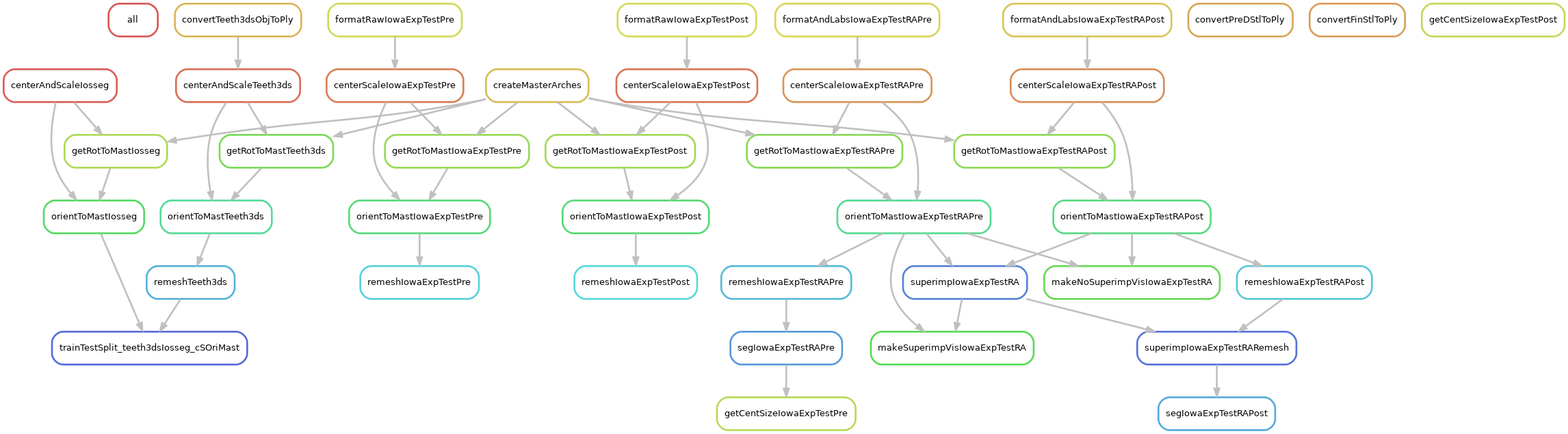
Earlier version of the Graphviz export rulegraph_noall.png (jcthomas531/fastTgcnVersions). Its source is kept beside it as rulegraph_noall.dot.
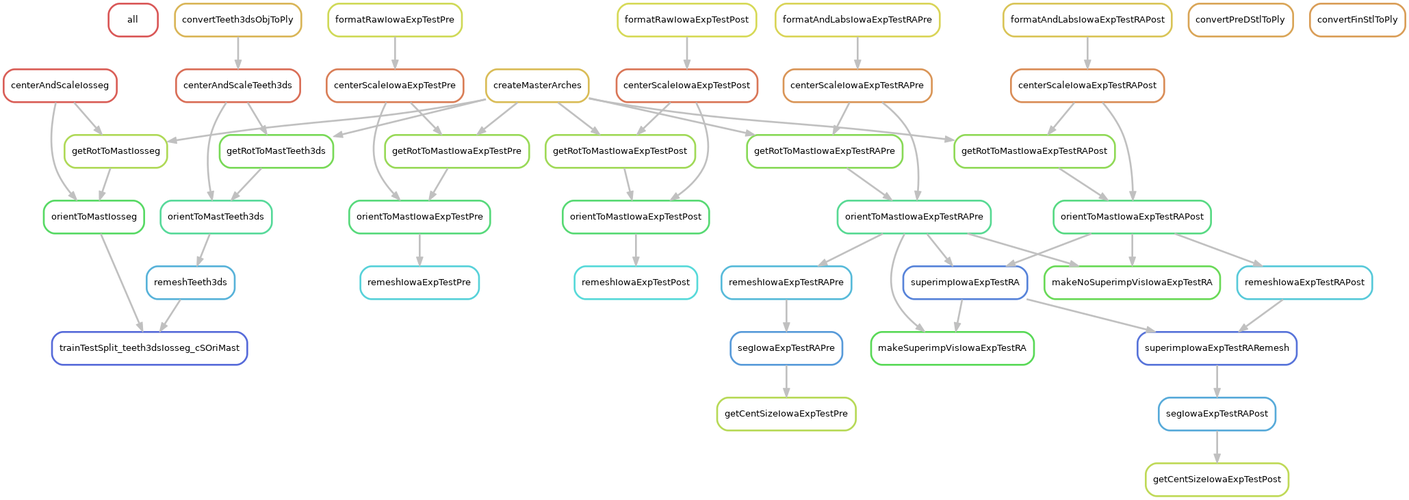
After the commit.

Change to the diagram source:
```diff
@@ -33,26 +33,26 @@
 	28[label = "formatAndLabsIowaExpTestRAPre", color = "0.16 0.6 0.85", style="rounded"];
 	29[label = "getRotToMastIowaExpTestRAPre", color = "0.27 0.6 0.85", style="rounded"];
 	30[label = "getCentSizeIowaExpTestPost", color = "0.20 0.6 0.85", style="rounded"];
-	31[label = "formatAndLabsIowaExpTestRAPost", color = "0.14 0.6 0.85", style="rounded"];
-	32[label = "centerScaleIowaExpTestRAPost", color = "0.07 0.6 0.85", style="rounded"];
-	33[label = "getRotToMastIowaExpTestRAPost", color = "0.26 0.6 0.85", style="rounded"];
+	31[label = "segIowaExpTestRAPost", color = "0.56 0.6 0.85", style="rounded"];
+	32[label = "superimpIowaExpTestRARemesh", color = "0.63 0.6 0.85", style="rounded"];
+	33[label = "remeshIowaExpTestRAPost", color = "0.52 0.6 0.85", style="rounded"];
 	34[label = "orientToMastIowaExpTestRAPost", color = "0.39 0.6 0.85", style="rounded"];
-	35[label = "remeshIowaExpTestRAPost", color = "0.52 0.6 0.85", style="rounded"];
-	36[label = "superimpIowaExpTestRA", color = "0.61 0.6 0.85", style="rounded"];
-	37[label = "superimpIowaExpTestRARemesh", color = "0.63 0.6 0.85", style="rounded"];
-	38[label = "makeNoSuperimpVisIowaExpTestRA", color = "0.31 0.6 0.85", style="rounded"];
-	39[label = "makeSuperimpVisIowaExpTestRA", color = "0.33 0.6 0.85", style="rounded"];
-	40[label = "segIowaExpTestRAPost", color = "0.56 0.6 0.85", style="rounded"];
+	35[label = "centerScaleIowaExpTestRAPost", color = "0.07 0.6 0.85", style="rounded"];
+	36[label = "formatAndLabsIowaExpTestRAPost", color = "0.14 0.6 0.85", style="rounded"];
+	37[label = "getRotToMastIowaExpTestRAPost", color = "0.26 0.6 0.85", style="rounded"];
+	38[label = "superimpIowaExpTestRA", color = "0.61 0.6 0.85", style="rounded"];
+	39[label = "makeNoSuperimpVisIowaExpTestRA", color = "0.31 0.6 0.85", style="rounded"];
+	40[label = "makeSuperimpVisIowaExpTestRA", color = "0.33 0.6 0.85", style="rounded"];
 	4 -> 5
 	1 -> 6
 	5 -> 6
+	5 -> 7
 	6 -> 7
-	5 -> 7
 	7 -> 8
 	1 -> 10
 	9 -> 10
+	10 -> 11
 	9 -> 11
-	10 -> 11
 	11 -> 12
 	8 -> 12
 	13 -> 15
@@ -61,10 +61,10 @@
 	15 -> 17
 	1 -> 18
 	16 -> 18
+	15 -> 19
 	17 -> 19
-	15 -> 19
+	16 -> 20
 	18 -> 20
-	16 -> 20
 	19 -> 21
 	20 -> 22
 	24 -> 23
@@ -75,19 +75,20 @@
 	28 -> 27
 	1 -> 29
 	27 -> 29
-	31 -> 32
-	1 -> 33
-	32 -> 33
-	32 -> 34
-	33 -> 34
-	34 -> 35
-	34 -> 36
-	26 -> 36
-	36 -> 37
+	31 -> 30
+	32 -> 31
+	33 -> 32
+	38 -> 32
+	34 -> 33
+	37 -> 34
+	35 -> 34
+	36 -> 35
+	1 -> 37
 	35 -> 37
 	34 -> 38
 	26 -> 38
+	34 -> 39
 	26 -> 39
-	36 -> 39
-	37 -> 40
+	38 -> 40
+	26 -> 40
 }
```
